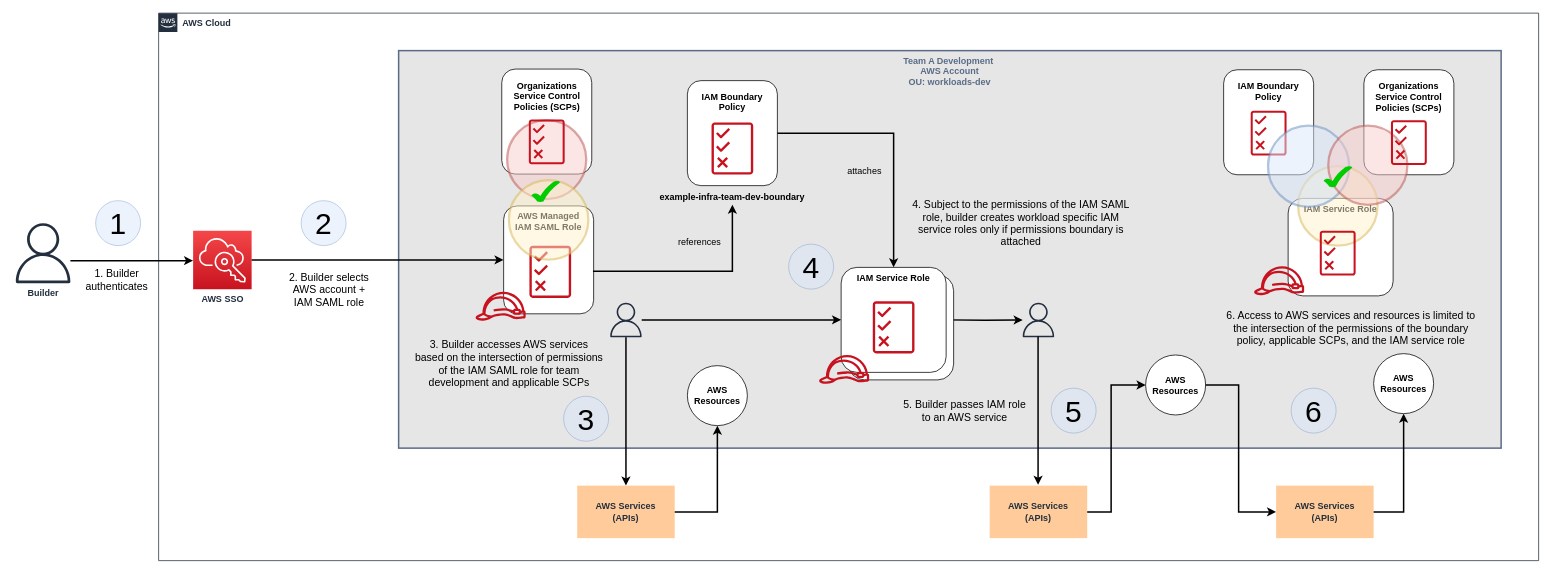
aws-samples/aws-get-started-workshop keeps this draw.io diagram as page "usage" (2 of 2) of drawings/team-dev-env-access.drawio. Above is the earlier version. Source tidied: cells renumbered, new cells numbered last; positions are measured from the earlier drawing's top-left corner, leaving out a move shared by most shapes. Both pictures are drawn from the tidied source at 75%, with x=0, y=0 at pixel (13, 13).
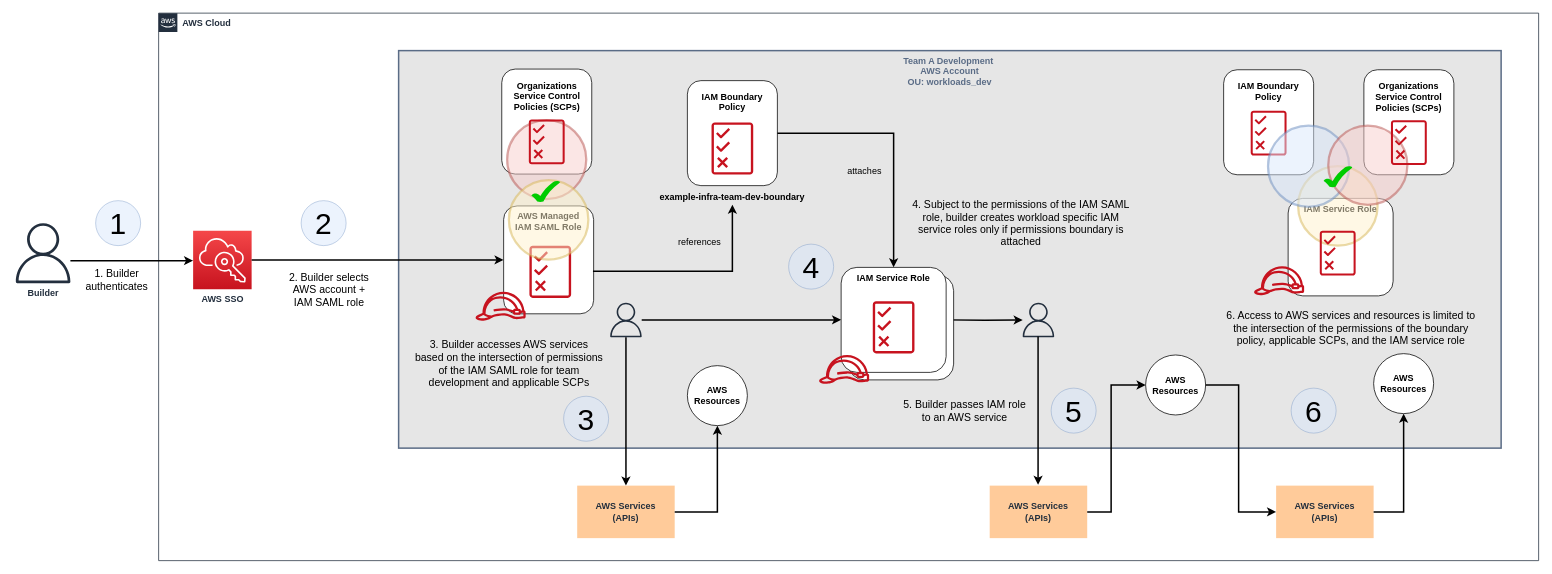
After the change.

Change to the diagram source:
```diff
@@
-    <mxCell id="7" value="Team A Development &#10;AWS Account&#10;OU: workloads-dev" style="fillColor=#e6e6e6;strokeColor=#5A6C86;verticalAlign=top;fontStyle=1;fontColor=#5A6C86;strokeWidth=2;" parent="1" vertex="1">
+    <mxCell id="7" value="Team A Development &#10;AWS Account&#10;OU: workloads_dev" style="fillColor=#e6e6e6;strokeColor=#5A6C86;verticalAlign=top;fontStyle=1;fontColor=#5A6C86;strokeWidth=2;" parent="1" vertex="1">
       <mxGeometry x="514" y="50" width="1470" height="530" as="geometry" />
     </mxCell>
```
